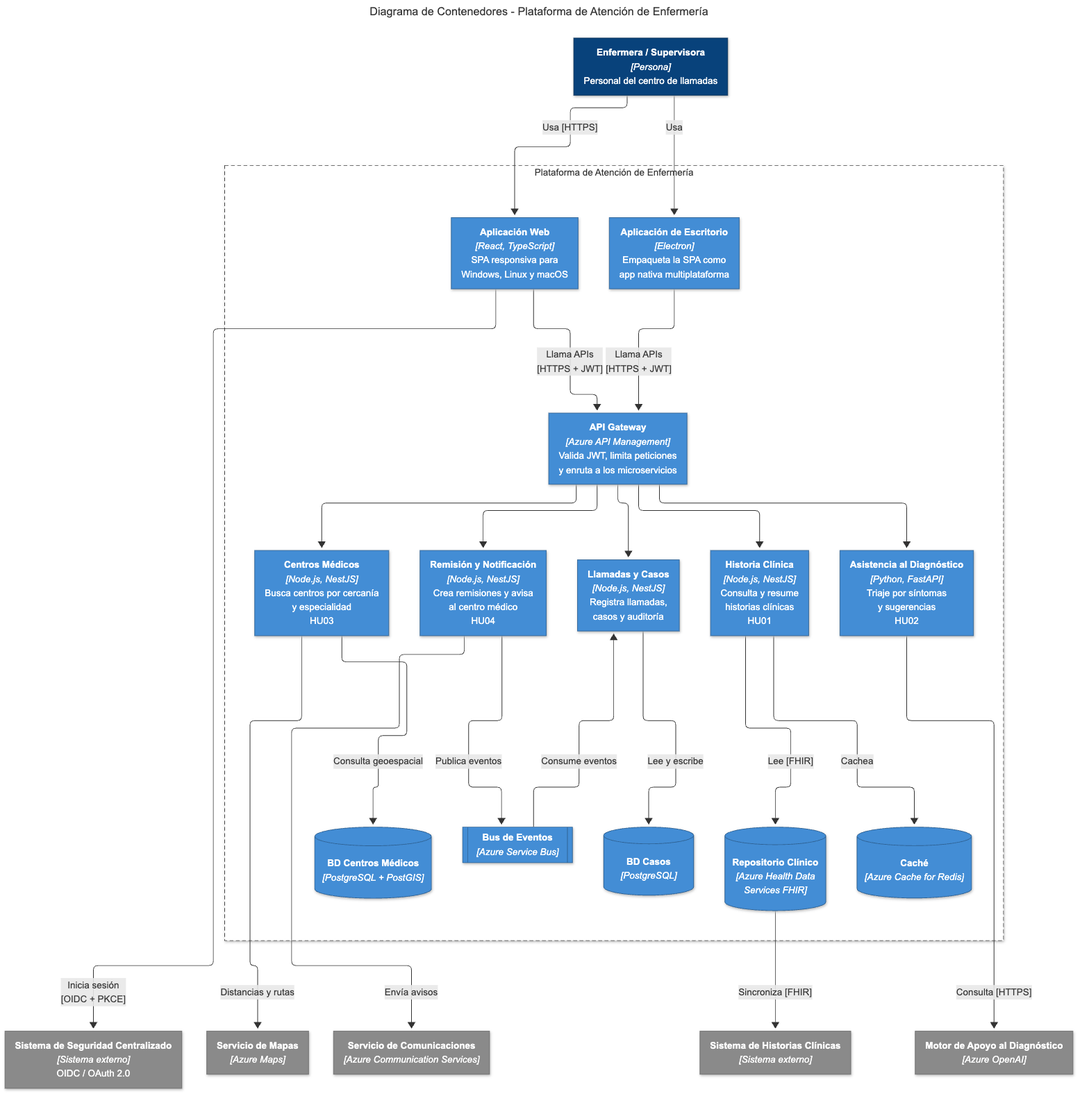
This is diagramas/02-contenedores.png from Jordy-Lv/medical-health-cloud-architecture, a Mermaid export, as it was before one commit. Its source is kept beside it as diagramas/02-contenedores.mmd.
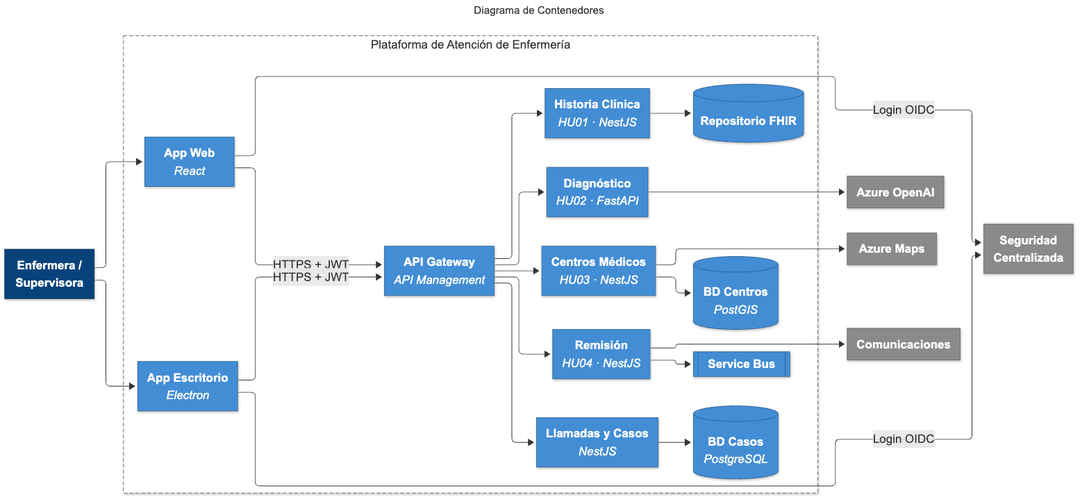
After the change.

Change to the diagram source:
```diff
@@ -1,67 +1,46 @@
 ---
-title: Diagrama de Contenedores - Plataforma de Atención de Enfermería
+title: Diagrama de Contenedores
 ---
-flowchart TB
-  usuario["<b>Enfermera / Supervisora</b><br/><i>[Persona]</i><br/>Personal del centro de llamadas"]
-  idp["<b>Sistema de Seguridad Centralizado</b><br/><i>[Sistema externo]</i><br/>OIDC / OAuth 2.0"]
+flowchart LR
+  usuario["<b>Enfermera /<br/>Supervisora</b>"]
+  subgraph plataforma["Plataforma de Atención de Enfermería"]
+    direction LR
+    web["<b>App Web</b><br/><i>React</i>"]
+    desktop["<b>App Escritorio</b><br/><i>Electron</i>"]
+    gateway["<b>API Gateway</b><br/><i>API Management</i>"]
+    historia["<b>Historia Clínica</b><br/><i>HU01 · NestJS</i>"]
+    diagnostico["<b>Diagnóstico</b><br/><i>HU02 · FastAPI</i>"]
+    centros["<b>Centros Médicos</b><br/><i>HU03 · NestJS</i>"]
+    remision["<b>Remisión</b><br/><i>HU04 · NestJS</i>"]
+    casos["<b>Llamadas y Casos</b><br/><i>NestJS</i>"]
+    fhir[("<b>Repositorio FHIR</b>")]
+    dbCentros[("<b>BD Centros</b><br/><i>PostGIS</i>")]
+    bus[["<b>Service Bus</b>"]]
+    dbCasos[("<b>BD Casos</b><br/><i>PostgreSQL</i>")]
+  end
+  idp["<b>Seguridad<br/>Centralizada</b>"]
+  motor["<b>Azure OpenAI</b>"]
+  mapas["<b>Azure Maps</b>"]
+  acs["<b>Comunicaciones</b>"]
 
-  subgraph plataforma["Plataforma de Atención de Enfermería"]
-    direction TB
-    subgraph clientes[" "]
-      direction LR
-      web["<b>Aplicación Web</b><br/><i>[React, TypeScript]</i><br/>SPA responsiva para<br/>Windows, Linux y macOS"]
-      desktop["<b>Aplicación de Escritorio</b><br/><i>[Electron]</i><br/>Empaqueta la SPA como<br/>app nativa multiplataforma"]
-    end
-    gateway["<b>API Gateway</b><br/><i>[Azure API Management]</i><br/>Valida JWT, limita peticiones<br/>y enruta a los microservicios"]
-    subgraph micro[" "]
-      direction LR
-      historia["<b>Historia Clínica</b><br/><i>[Node.js, NestJS]</i><br/>Consulta y resume<br/>historias clínicas<br/>HU01"]
-      diagnostico["<b>Asistencia al Diagnóstico</b><br/><i>[Python, FastAPI]</i><br/>Triaje por síntomas<br/>y sugerencias<br/>HU02"]
-      centrosSvc["<b>Centros Médicos</b><br/><i>[Node.js, NestJS]</i><br/>Busca centros por cercanía<br/>y especialidad<br/>HU03"]
-      remision["<b>Remisión y Notificación</b><br/><i>[Node.js, NestJS]</i><br/>Crea remisiones y avisa<br/>al centro médico<br/>HU04"]
-      casos["<b>Llamadas y Casos</b><br/><i>[Node.js, NestJS]</i><br/>Registra llamadas,<br/>casos y auditoría"]
-    end
-    subgraph datos[" "]
-      direction LR
-      cache[("<b>Caché</b><br/><i>[Azure Cache for Redis]</i>")]
-      fhir[("<b>Repositorio Clínico</b><br/><i>[Azure Health Data<br/>Services FHIR]</i>")]
-      dbCentros[("<b>BD Centros Médicos</b><br/><i>[PostgreSQL + PostGIS]</i>")]
-      bus[["<b>Bus de Eventos</b><br/><i>[Azure Service Bus]</i>"]]
-      dbCasos[("<b>BD Casos</b><br/><i>[PostgreSQL]</i>")]
-    end
-  end
+  usuario --> web & desktop
+  web & desktop -- "Login OIDC" --> idp
+  web & desktop -- "HTTPS + JWT" --> gateway
+  gateway --> historia & diagnostico & centros & remision & casos
+  historia --> fhir
+  diagnostico --> motor
+  centros --> dbCentros
+  centros --> mapas
+  remision --> bus
+  remision --> acs
+  casos --> dbCasos
 
-  hce["<b>Sistema de Historias Clínicas</b><br/><i>[Sistema externo]</i>"]
-  motor["<b>Motor de Apoyo al Diagnóstico</b><br/><i>[Azure OpenAI]</i>"]
-  mapas["<b>Servicio de Mapas</b><br/><i>[Azure Maps]</i>"]
-  acs["<b>Servicio de Comunicaciones</b><br/><i>[Azure Communication Services]</i>"]
-
-  usuario -- "Usa [HTTPS]" --> web
-  usuario -- "Usa" --> desktop
-  web -- "Inicia sesión<br/>[OIDC + PKCE]" --> idp
-  web -- "Llama APIs<br/>[HTTPS + JWT]" --> gateway
-  desktop -- "Llama APIs<br/>[HTTPS + JWT]" --> gateway
-  gateway --> historia & diagnostico & centrosSvc & remision & casos
-  historia -- "Lee [FHIR]" --> fhir
-  historia -- "Cachea" --> cache
-  fhir -- "Sincroniza [FHIR]" --> hce
-  diagnostico -- "Consulta [HTTPS]" --> motor
-  centrosSvc -- "Consulta geoespacial" --> dbCentros
-  centrosSvc -- "Distancias y rutas" --> mapas
-  remision -- "Publica eventos" --> bus
-  bus -- "Consume eventos" --> casos
-  remision -- "Envía avisos" --> acs
-  casos -- "Lee y escribe" --> dbCasos
-
-  classDef persona fill:#08427b,stroke:#052e56,color:#ffffff
-  classDef contenedor fill:#438dd5,stroke:#2e6295,color:#ffffff
-  classDef datos fill:#438dd5,stroke:#2e6295,color:#ffffff
-  classDef externo fill:#8a8a8a,stroke:#6b6b6b,color:#ffffff
+  classDef persona fill:#08427b,stroke:#052e56,color:#ffffff,font-size:20px
+  classDef sistema fill:#1168bd,stroke:#0b4884,color:#ffffff,font-size:22px
+  classDef contenedor fill:#438dd5,stroke:#2e6295,color:#ffffff,font-size:20px
+  classDef componente fill:#85bbf0,stroke:#5d82a8,color:#000000,font-size:20px
+  classDef externo fill:#8a8a8a,stroke:#6b6b6b,color:#ffffff,font-size:20px
   class usuario persona
-  class web,desktop,gateway,historia,diagnostico,centrosSvc,remision,casos contenedor
-  class cache,fhir,dbCentros,bus,dbCasos datos
-  class idp,hce,motor,mapas,acs externo
+  class web,desktop,gateway,historia,diagnostico,centros,remision,casos,fhir,dbCentros,bus,dbCasos contenedor
+  class idp,motor,mapas,acs externo
   style plataforma fill:#ffffff,stroke:#444444,stroke-dasharray:6 4
-  style clientes fill:none,stroke:none
-  style micro fill:none,stroke:none
-  style datos fill:none,stroke:none
```
